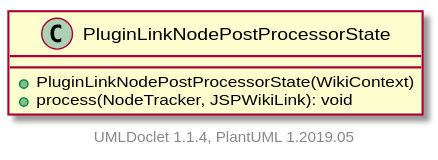
Earlier version of the PlantUML export apidocs/2.11.0.M7-SNAPSHOT/org/apache/wiki/markdown/extensions/jspwikilinks/postprocessor/PluginLinkNodePostProcessorState.svg (apache/jspwiki-site). Its diagram source:
```plantuml
@startuml

    class PluginLinkNodePostProcessorState [[PluginLinkNodePostProcessorState.html]] {
        +PluginLinkNodePostProcessorState(WikiContext)
        +process(NodeTracker, JSPWikiLink): void
    }


    center footer UMLDoclet 1.1.4, PlantUML 1.2019.05
@enduml
```
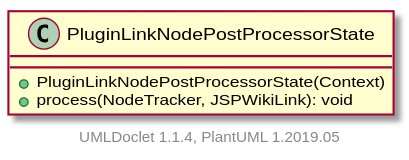
After the change.

What changed in the source:
```diff
@@ -1,7 +1,7 @@
 @startuml
 
     class PluginLinkNodePostProcessorState [[PluginLinkNodePostProcessorState.html]] {
-        +PluginLinkNodePostProcessorState(WikiContext)
+        +PluginLinkNodePostProcessorState(Context)
         +process(NodeTracker, JSPWikiLink): void
     }
 
```
